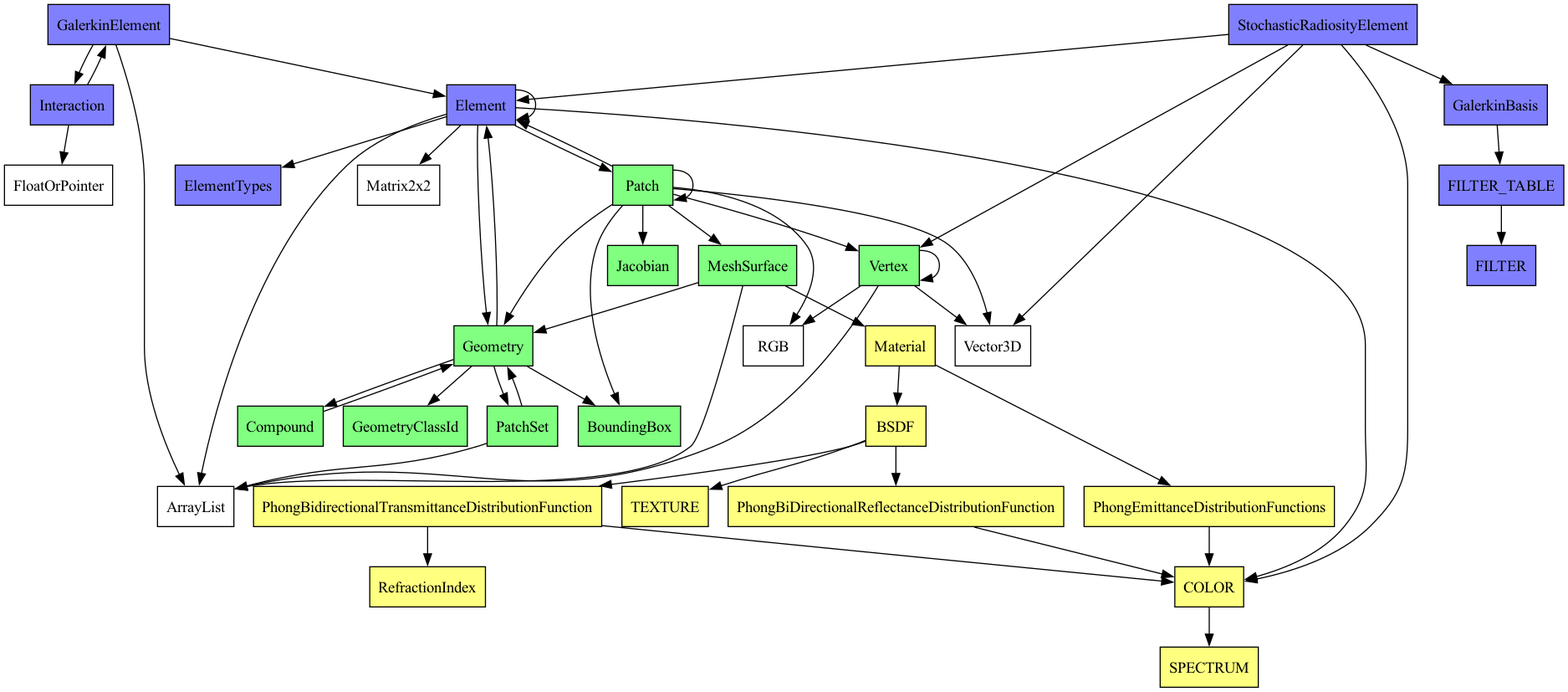
The Graphviz diagram doc/coreModelClasses.png in OscarChavarro/rpkCpp, before a commit. Its source is kept beside it as doc/coreModelClasses.dot.
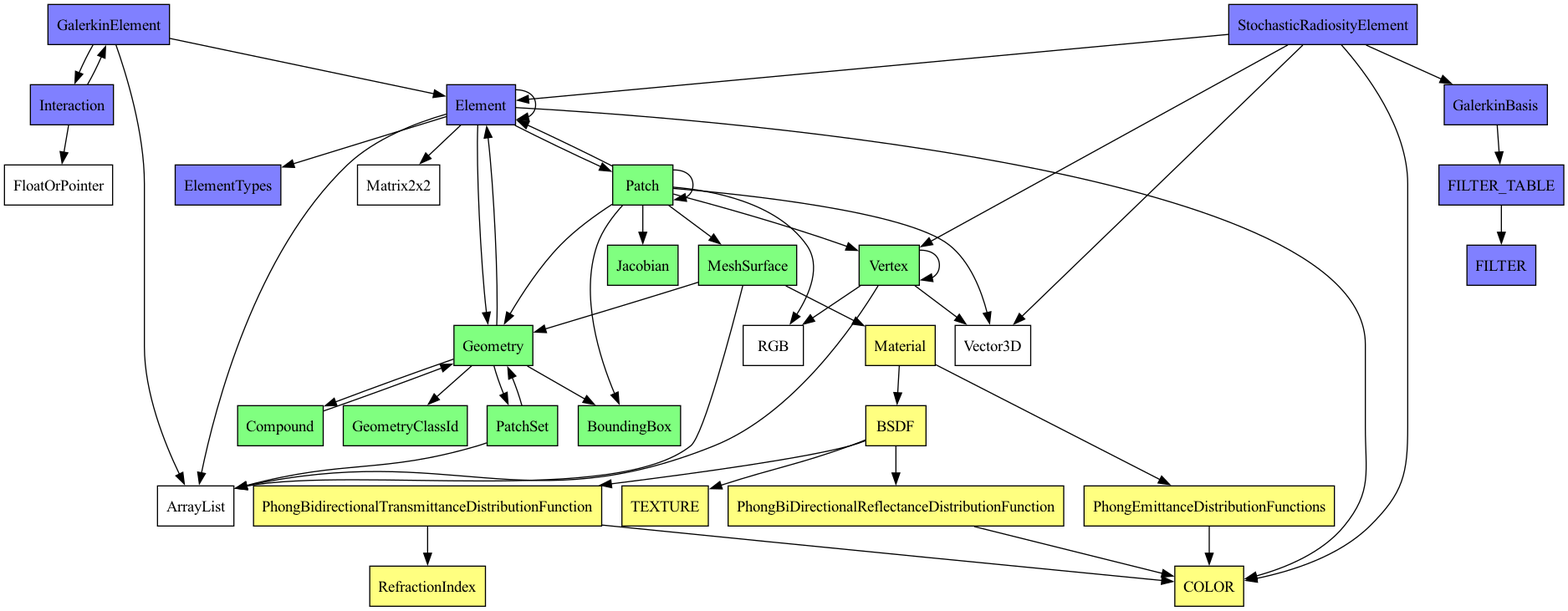
After the change.

Commit message:
Fundamental: Joining SPECTRUM type to COLOR

Diff of the diagram source:
```diff
@@ -32,9 +32,7 @@
     RefractionIndex [shape=box, style=filled, fillcolor="#ffff80"];
     PhongBiDirectionalReflectanceDistributionFunction [shape=box, style=filled, fillcolor="#ffff80"];
     COLOR [shape=box, style=filled, fillcolor="#ffff80"];
-    SPECTRUM [shape=box, style=filled, fillcolor="#ffff80"];
 
-    COLOR -> SPECTRUM;
     Vertex -> Vector3D;
     Vertex -> RGB;
     Vertex -> ArrayList;
@@ -87,5 +85,4 @@
     MeshSurface -> ArrayList;
     MeshSurface -> Material;
     Compound -> Geometry;
-    Compound
 }
```
